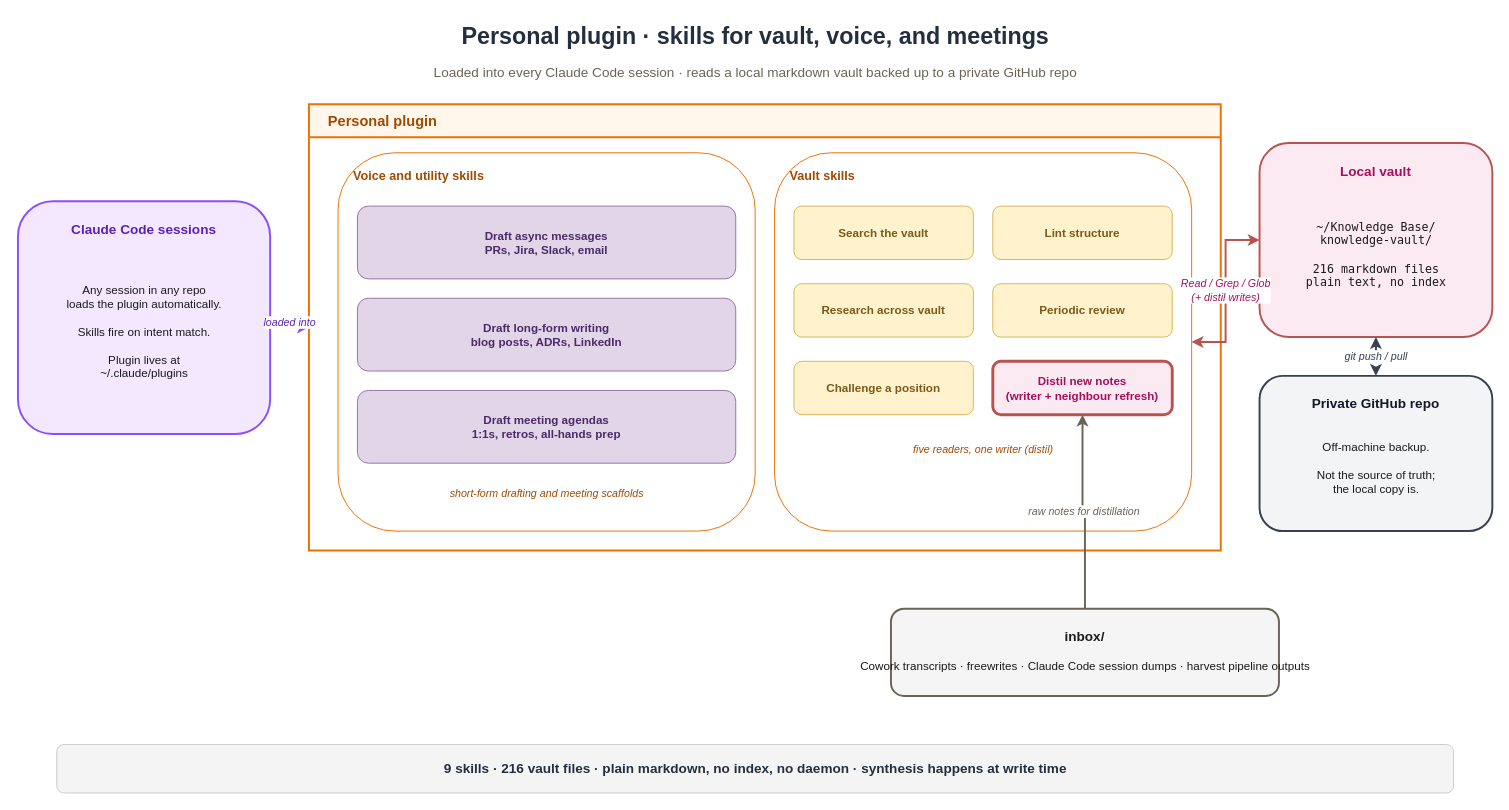
Earlier version of the draw.io diagram public/diagrams/vault-architecture.drawio (ikuzuki/website). Source tidied: cells renumbered, new cells numbered last; positions are measured from the earlier drawing's top-left corner, leaving out a move shared by most shapes. Both pictures are drawn from the tidied source at 97%, with x=0, y=0 at pixel (17, 16).
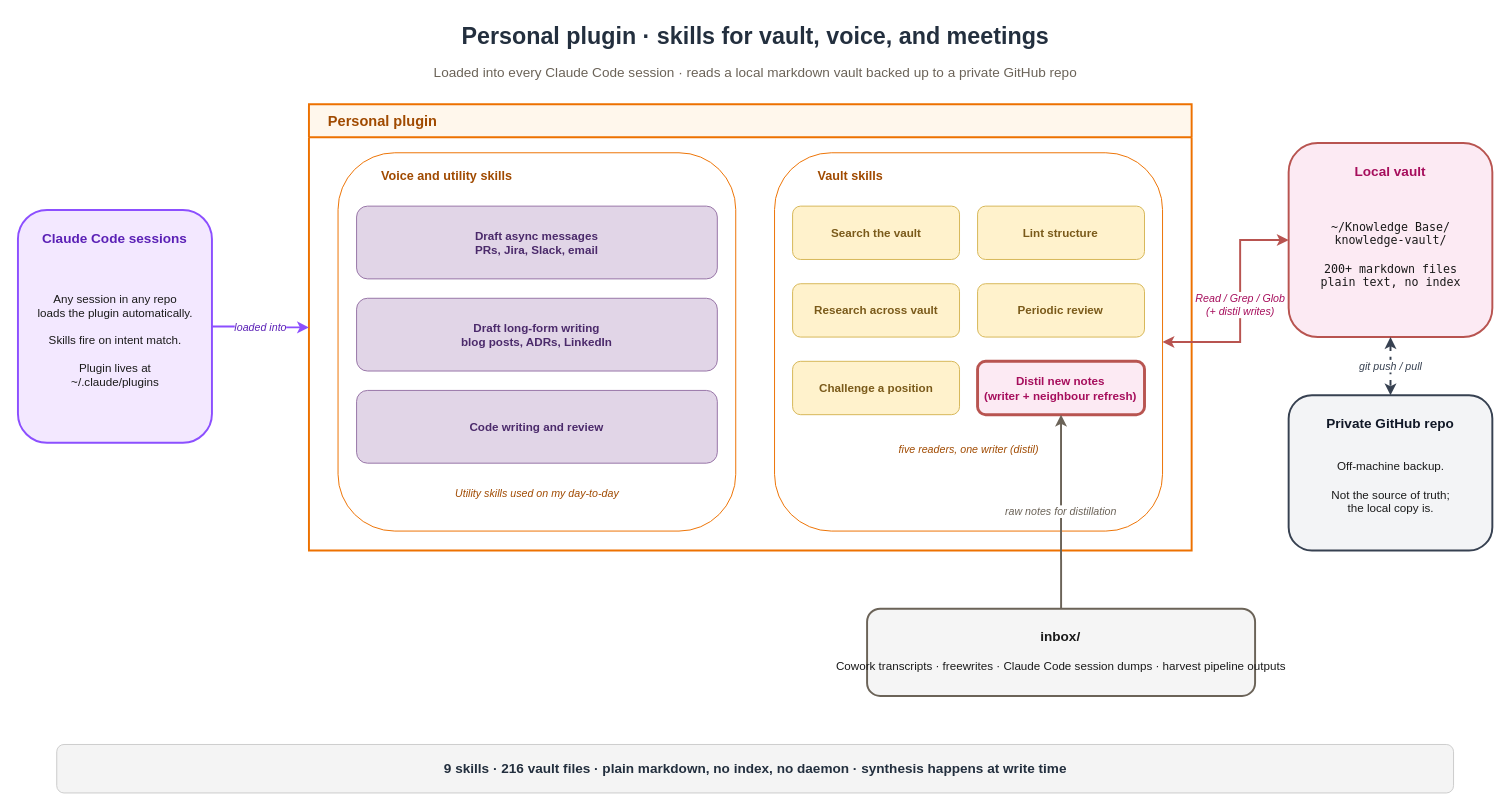
The same diagram, later.

Commit message (it also covers changes not shown here):
feat: ship first three blog posts, embed diagrams, fix readme domain

What changed in the source:
```diff
@@
     <mxCell id="4" value="Personal plugin" style="swimlane;whiteSpace=wrap;html=1;startSize=34;fillColor=#FFF7EC;strokeColor=#ED7100;strokeWidth=2;fontSize=15;fontStyle=1;fontColor=#A04A00;align=left;spacingLeft=18;" parent="1" vertex="1">
-      <mxGeometry x="300" y="90" width="940" height="460" as="geometry" />
+      <mxGeometry x="300" y="90" width="910" height="460" as="geometry" />
     </mxCell>
-    <mxCell id="5" value="Voice and utility skills" style="rounded=1;whiteSpace=wrap;html=1;fillColor=#FFFFFF;strokeColor=#ED7100;fontSize=13;fontStyle=1;fontColor=#A04A00;align=left;verticalAlign=top;spacingTop=10;spacingLeft=14;" parent="4" vertex="1">
-      <mxGeometry x="30" y="50" width="430" height="390" as="geometry" />
+    <mxCell id="5" value="&lt;span style=&quot;white-space: pre;&quot;&gt;&#9;&lt;/span&gt;Voice and utility skills" style="rounded=1;whiteSpace=wrap;html=1;fillColor=#FFFFFF;strokeColor=#ED7100;fontSize=13;fontStyle=1;fontColor=#A04A00;align=left;verticalAlign=top;spacingTop=10;spacingLeft=14;" parent="4" vertex="1">
+      <mxGeometry x="30" y="50" width="410" height="390" as="geometry" />
     </mxCell>
     <mxCell id="6" value="Draft async messages&#10;PRs, Jira, Slack, email" style="rounded=1;whiteSpace=wrap;html=1;fillColor=#E1D5E7;strokeColor=#9673A6;fontSize=12;fontStyle=1;fontColor=#4B2A6B;" parent="5" vertex="1">
-      <mxGeometry x="20" y="55" width="390" height="75" as="geometry" />
+      <mxGeometry x="19.1" y="55" width="371.9" height="75" as="geometry" />
     </mxCell>
     <mxCell id="7" value="Draft long-form writing&#10;blog posts, ADRs, LinkedIn" style="rounded=1;whiteSpace=wrap;html=1;fillColor=#E1D5E7;strokeColor=#9673A6;fontSize=12;fontStyle=1;fontColor=#4B2A6B;" parent="5" vertex="1">
-      <mxGeometry x="20" y="150" width="390" height="75" as="geometry" />
+      <mxGeometry x="19.1" y="150" width="371.9" height="75" as="geometry" />
     </mxCell>
-    <mxCell id="8" value="Draft meeting agendas&#10;1:1s, retros, all-hands prep" style="rounded=1;whiteSpace=wrap;html=1;fillColor=#E1D5E7;strokeColor=#9673A6;fontSize=12;fontStyle=1;fontColor=#4B2A6B;" parent="5" vertex="1">
-      <mxGeometry x="20" y="245" width="390" height="75" as="geometry" />
+    <mxCell id="8" value="Code writing and review" style="rounded=1;whiteSpace=wrap;html=1;fillColor=#E1D5E7;strokeColor=#9673A6;fontSize=12;fontStyle=1;fontColor=#4B2A6B;" parent="5" vertex="1">
+      <mxGeometry x="19.1" y="245" width="371.9" height="75" as="geometry" />
     </mxCell>
-    <mxCell id="9" value="short-form drafting and meeting scaffolds" style="text;html=1;align=center;verticalAlign=middle;fontSize=11;fontStyle=2;fontColor=#A04A00;" parent="5" vertex="1">
-      <mxGeometry x="20" y="340" width="390" height="22" as="geometry" />
+    <mxCell id="9" value="Utility skills used on my day-to-day" style="text;html=1;align=center;verticalAlign=middle;fontSize=11;fontStyle=2;fontColor=#A04A00;" parent="5" vertex="1">
+      <mxGeometry x="19.1" y="340" width="371.9" height="22" as="geometry" />
     </mxCell>
-    <mxCell id="10" value="Vault skills" style="rounded=1;whiteSpace=wrap;html=1;fillColor=#FFFFFF;strokeColor=#ED7100;fontSize=13;fontStyle=1;fontColor=#A04A00;align=left;verticalAlign=top;spacingTop=10;spacingLeft=14;" parent="4" vertex="1">
-      <mxGeometry x="480" y="50" width="430" height="390" as="geometry" />
+    <mxCell id="10" value="&lt;span style=&quot;white-space: pre;&quot;&gt;&#9;&lt;/span&gt;Vault skills" style="rounded=1;whiteSpace=wrap;html=1;fillColor=#FFFFFF;strokeColor=#ED7100;fontSize=13;fontStyle=1;fontColor=#A04A00;align=left;verticalAlign=top;spacingTop=10;spacingLeft=14;" parent="4" vertex="1">
+      <mxGeometry x="480" y="50" width="400" height="390" as="geometry" />
     </mxCell>
     <mxCell id="11" value="Search the vault" style="rounded=1;whiteSpace=wrap;html=1;fillColor=#FFF2CC;strokeColor=#D6B656;fontSize=12;fontStyle=1;fontColor=#7A5A1A;" parent="10" vertex="1">
-      <mxGeometry x="20" y="55" width="185" height="55" as="geometry" />
+      <mxGeometry x="18.6" y="55" width="172.1" height="55" as="geometry" />
     </mxCell>
     <mxCell id="12" value="Lint structure" style="rounded=1;whiteSpace=wrap;html=1;fillColor=#FFF2CC;strokeColor=#D6B656;fontSize=12;fontStyle=1;fontColor=#7A5A1A;" parent="10" vertex="1">
-      <mxGeometry x="225" y="55" width="185" height="55" as="geometry" />
+      <mxGeometry x="209.3" y="55" width="172.1" height="55" as="geometry" />
     </mxCell>
     <mxCell id="13" value="Research across vault" style="rounded=1;whiteSpace=wrap;html=1;fillColor=#FFF2CC;strokeColor=#D6B656;fontSize=12;fontStyle=1;fontColor=#7A5A1A;" parent="10" vertex="1">
-      <mxGeometry x="20" y="135" width="185" height="55" as="geometry" />
+      <mxGeometry x="18.6" y="135" width="172.1" height="55" as="geometry" />
     </mxCell>
     <mxCell id="14" value="Periodic review" style="rounded=1;whiteSpace=wrap;html=1;fillColor=#FFF2CC;strokeColor=#D6B656;fontSize=12;fontStyle=1;fontColor=#7A5A1A;" parent="10" vertex="1">
-      <mxGeometry x="225" y="135" width="185" height="55" as="geometry" />
+      <mxGeometry x="209.3" y="135" width="172.1" height="55" as="geometry" />
     </mxCell>
     <mxCell id="15" value="Challenge a position" style="rounded=1;whiteSpace=wrap;html=1;fillColor=#FFF2CC;strokeColor=#D6B656;fontSize=12;fontStyle=1;fontColor=#7A5A1A;" parent="10" vertex="1">
-      <mxGeometry x="20" y="215" width="185" height="55" as="geometry" />
+      <mxGeometry x="18.6" y="215" width="172.1" height="55" as="geometry" />
     </mxCell>
     <mxCell id="16" value="Distil new notes&#10;(writer + neighbour refresh)" style="rounded=1;whiteSpace=wrap;html=1;fillColor=#FCEAF3;strokeColor=#B85450;strokeWidth=3;fontSize=12;fontStyle=1;fontColor=#A60E5C;" parent="10" vertex="1">
-      <mxGeometry x="225" y="215" width="185" height="55" as="geometry" />
+      <mxGeometry x="209.3" y="215" width="172.1" height="55" as="geometry" />
     </mxCell>
     <mxCell id="17" value="five readers, one writer (distil)" style="text;html=1;align=center;verticalAlign=middle;fontSize=11;fontStyle=2;fontColor=#A04A00;" parent="10" vertex="1">
-      <mxGeometry x="20" y="295" width="390" height="22" as="geometry" />
+      <mxGeometry x="18.6" y="295" width="362.8" height="22" as="geometry" />
     </mxCell>
     <mxCell id="18" value="Claude Code sessions" style="rounded=1;whiteSpace=wrap;html=1;fillColor=#F3E8FF;strokeColor=#8C4FFF;strokeWidth=2;fontSize=14;fontStyle=1;fontColor=#5B21B6;verticalAlign=top;spacingTop=14;" parent="1" vertex="1">
-      <mxGeometry y="190" width="260" height="240" as="geometry" />
+      <mxGeometry y="199" width="200" height="240" as="geometry" />
     </mxCell>
     <mxCell id="19" value="Any session in any repo&#10;loads the plugin automatically.&#10;&#10;Skills fire on intent match.&#10;&#10;Plugin lives at&#10;~/.claude/plugins" style="text;html=1;align=center;verticalAlign=middle;fontSize=12;fontColor=#1A1A1A;" parent="18" vertex="1">
-      <mxGeometry x="15" y="45" width="230" height="180" as="geometry" />
+      <mxGeometry x="11.5" y="45" width="176.9" height="180" as="geometry" />
     </mxCell>
     <mxCell id="20" value="Local vault" style="rounded=1;whiteSpace=wrap;html=1;fillColor=#FCEAF3;strokeColor=#B85450;strokeWidth=2;fontSize=14;fontStyle=1;fontColor=#A60E5C;verticalAlign=top;spacingTop=14;" parent="1" vertex="1">
-      <mxGeometry x="1280" y="130" width="240" height="200" as="geometry" />
+      <mxGeometry x="1310" y="130" width="210" height="200" as="geometry" />
     </mxCell>
-    <mxCell id="21" value="~/Knowledge Base/&#10;knowledge-vault/&#10;&#10;216 markdown files&#10;plain text, no index" style="text;html=1;align=center;verticalAlign=middle;fontSize=12;fontFamily=ui-monospace, SF Mono, Menlo, monospace;fontColor=#1A1A1A;" parent="20" vertex="1">
-      <mxGeometry x="15" y="45" width="210" height="140" as="geometry" />
+    <mxCell id="21" value="~/Knowledge Base/&lt;br&gt;knowledge-vault/&lt;br&gt;&lt;br&gt;200+ markdown files&lt;br&gt;plain text, no index" style="text;html=1;align=center;verticalAlign=middle;fontSize=12;fontFamily=ui-monospace, SF Mono, Menlo, monospace;fontColor=#1A1A1A;" parent="20" vertex="1">
+      <mxGeometry x="13.1" y="45" width="183.8" height="140" as="geometry" />
     </mxCell>
     <mxCell id="22" value="Private GitHub repo" style="rounded=1;whiteSpace=wrap;html=1;fillColor=#F3F4F6;strokeColor=#374151;strokeWidth=2;fontSize=14;fontStyle=1;fontColor=#111827;verticalAlign=top;spacingTop=14;" parent="1" vertex="1">
-      <mxGeometry x="1280" y="370" width="240" height="160" as="geometry" />
+      <mxGeometry x="1310" y="390" width="210" height="160" as="geometry" />
     </mxCell>
     <mxCell id="23" value="Off-machine backup.&#10;&#10;Not the source of truth;&#10;the local copy is." style="text;html=1;align=center;verticalAlign=middle;fontSize=12;fontColor=#1A1A1A;" parent="22" vertex="1">
-      <mxGeometry x="15" y="45" width="210" height="100" as="geometry" />
+      <mxGeometry x="13.1" y="45" width="183.8" height="100" as="geometry" />
     </mxCell>
     <mxCell id="24" value="inbox/" style="rounded=1;whiteSpace=wrap;html=1;fillColor=#F5F5F5;strokeColor=#6B6358;strokeWidth=2;fontSize=14;fontStyle=1;fontColor=#1A1A1A;verticalAlign=top;spacingTop=14;" parent="1" vertex="1">
-      <mxGeometry x="900" y="610" width="400" height="90" as="geometry" />
+      <mxGeometry x="875.4" y="610" width="400" height="90" as="geometry" />
     </mxCell>
@@
     <mxCell id="27" value="Read / Grep / Glob&#10;(+ distil writes)" style="edgeStyle=orthogonalEdgeStyle;rounded=0;html=1;endArrow=classic;startArrow=classic;strokeColor=#B85450;strokeWidth=2;exitX=1;exitY=0.5;exitDx=0;exitDy=0;entryX=0;entryY=0.5;entryDx=0;entryDy=0;fontSize=11;fontStyle=2;fontColor=#A60E5C;labelBackgroundColor=#FFFFFF;" parent="1" edge="1" source="10" target="20">
-      <mxGeometry relative="1" as="geometry" />
+      <mxGeometry relative="1" as="geometry">
+        <Array as="points">
+          <mxPoint x="1260" y="335" />
+          <mxPoint x="1260" y="230" />
+        </Array>
+      </mxGeometry>
     </mxCell>
@@
     <mxCell id="29" value="raw notes for distillation" style="edgeStyle=orthogonalEdgeStyle;rounded=0;html=1;endArrow=classic;strokeColor=#6B6358;strokeWidth=2;exitX=0.5;exitY=0;exitDx=0;exitDy=0;entryX=0.5;entryY=1;entryDx=0;entryDy=0;fontSize=11;fontStyle=2;fontColor=#6B6358;labelBackgroundColor=#FFFFFF;" parent="1" edge="1" source="24" target="16">
-      <mxGeometry relative="1" as="geometry" />
+      <mxGeometry relative="1" as="geometry">
+        <Array as="points">
+          <mxPoint x="1075" y="610" />
+        </Array>
+      </mxGeometry>
     </mxCell>
```
